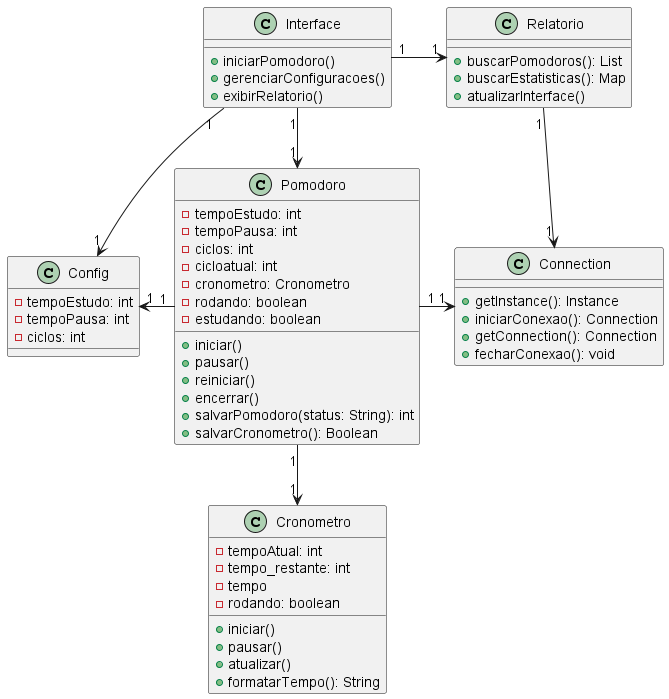
queirozPedro/pomodoro keeps this PlantUML diagram as docs/diagramas/Diagrama.png. Above is the earlier version.
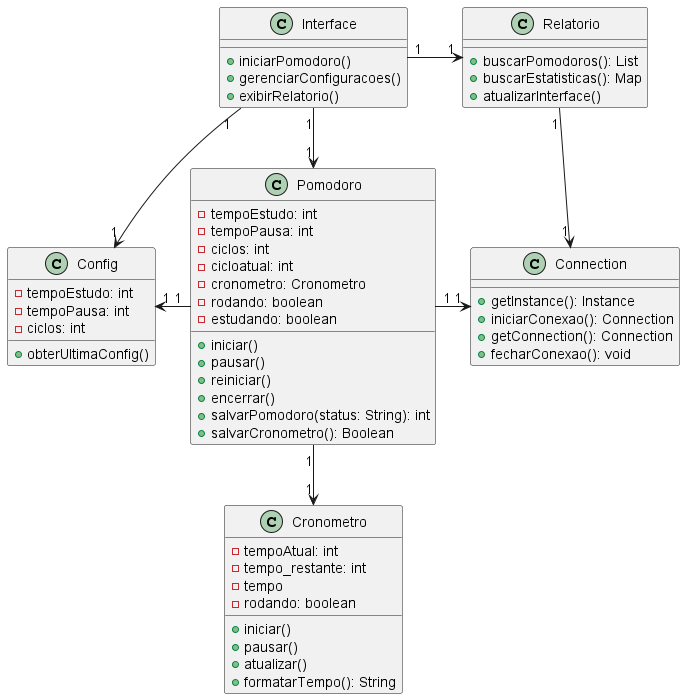
The same file after the commit.

Commit message:
fix: corrige localizacao do png do diagra de classes

What changed in the source:
```diff
@@ -37,6 +37,7 @@
   - tempoEstudo: int
   - tempoPausa: int
   - ciclos: int
+  +obterUltimaConfig()
 }
 
 class Relatorio {
```
